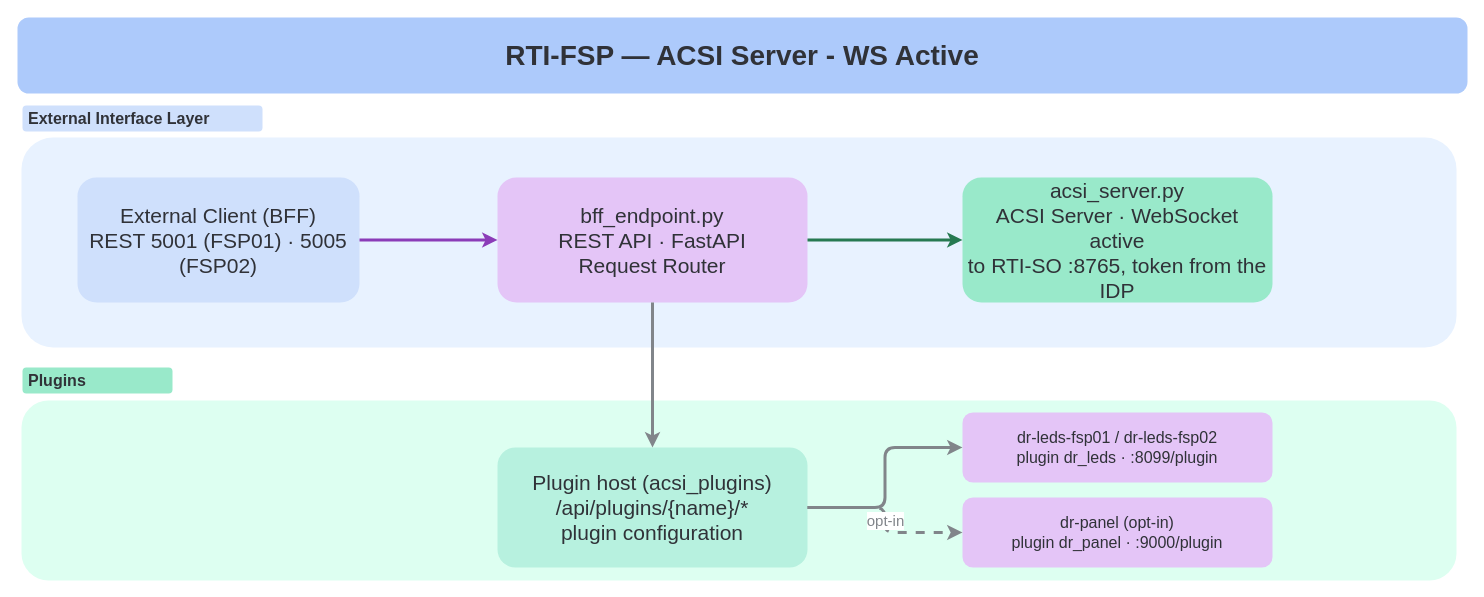
Above: page "03 RTI-FSP ACSI Active" (4 of 7) of docs/rti-demo/design/RTI-demo-system-architecture.drawio in Netbeheer-Nederland/iec61850-websocket (draw.io), before the change. Source tidied: cells renumbered, new cells numbered last; positions are measured from the earlier drawing's top-left corner, leaving out a move shared by most shapes. Both pictures are drawn from the tidied source at 100%, with x=0, y=0 at pixel (17, 17).
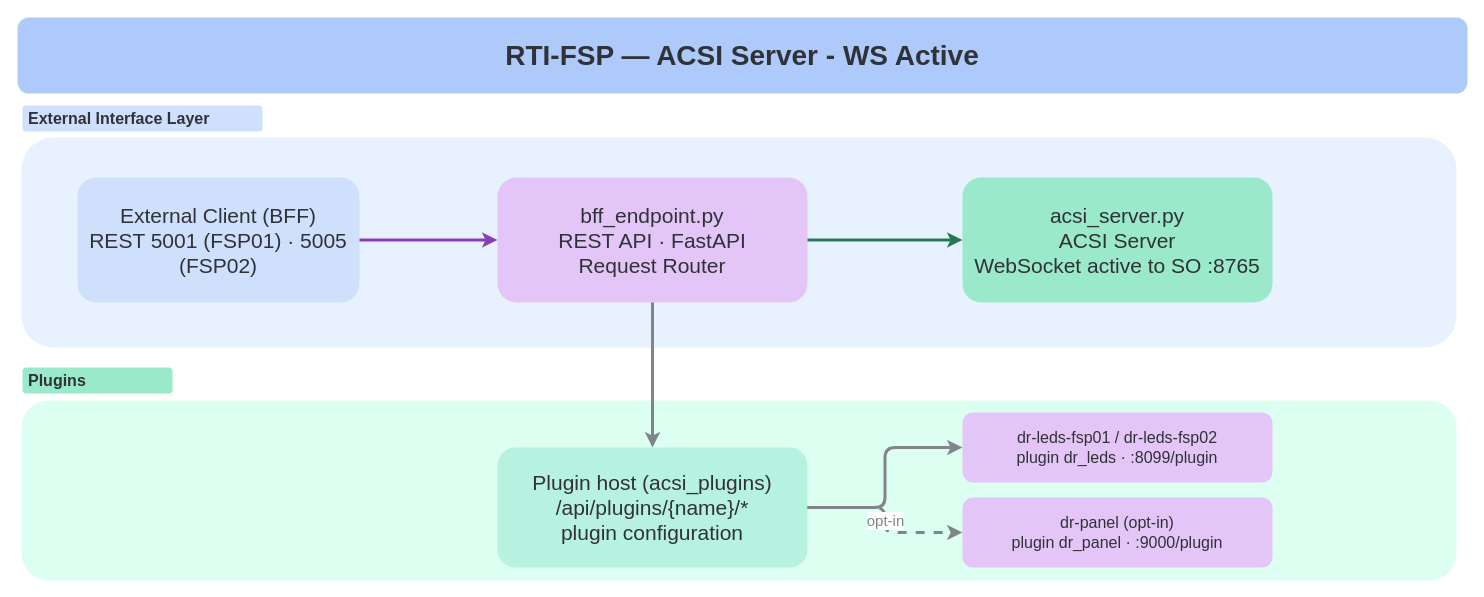
Above is the later version.

Change to the diagram source:
```diff
@@
 <mxGraphModel>
   <root>
     <mxCell id="0" />
     <mxCell id="1" parent="0" />
     <mxCell id="2" value="RTI-FSP — ACSI Server - WS Active" style="rounded=1;whiteSpace=wrap;html=1;fillColor=#adcafb;strokeColor=none;fontColor=#303238;fontSize=28;fontStyle=1;align=center;verticalAlign=middle;spacing=6;opacity=100;" parent="1" vertex="1">
       <mxGeometry width="1450" height="76" as="geometry" />
     </mxCell>
     <mxCell id="3" value="External Interface Layer" style="rounded=1;whiteSpace=wrap;html=1;fillColor=#cfe0fc;strokeColor=none;fontColor=#303238;fontSize=16;fontStyle=1;align=left;verticalAlign=middle;spacing=6;opacity=100;" parent="1" vertex="1">
       <mxGeometry x="5" y="88" width="240" height="26" as="geometry" />
     </mxCell>
     <mxCell id="4" style="rounded=1;whiteSpace=wrap;html=1;fillColor=#e8f2ff;strokeColor=none;fontColor=#303238;fontSize=18;fontStyle=0;align=center;verticalAlign=middle;spacing=6;opacity=100;" parent="1" vertex="1">
       <mxGeometry x="4" y="120" width="1435" height="210" as="geometry" />
     </mxCell>
     <mxCell id="5" value="Plugins" style="rounded=1;whiteSpace=wrap;html=1;fillColor=#99e9ca;strokeColor=none;fontColor=#303238;fontSize=16;fontStyle=1;align=left;verticalAlign=middle;spacing=6;opacity=100;" parent="1" vertex="1">
       <mxGeometry x="5" y="350" width="150" height="26" as="geometry" />
     </mxCell>
     <mxCell id="6" style="rounded=1;whiteSpace=wrap;html=1;fillColor=#ddfff1;strokeColor=none;fontColor=#303238;fontSize=18;fontStyle=0;align=center;verticalAlign=middle;spacing=6;opacity=100;" parent="1" vertex="1">
       <mxGeometry x="4" y="383" width="1435" height="180" as="geometry" />
     </mxCell>
     <mxCell id="7" value="External Client (BFF)&lt;br&gt;REST 5001 (FSP01) · 5005 (FSP02)" style="rounded=1;whiteSpace=wrap;html=1;fillColor=#cfe0fc;strokeColor=none;fontColor=#303238;fontSize=21;fontStyle=0;align=center;verticalAlign=middle;spacing=6;opacity=100;" parent="1" vertex="1">
       <mxGeometry x="60" y="160" width="282" height="125" as="geometry" />
     </mxCell>
     <mxCell id="8" value="bff_endpoint.py&lt;br&gt;REST API · FastAPI&lt;br&gt;Request Router" style="rounded=1;whiteSpace=wrap;html=1;fillColor=#e4c5f7;strokeColor=none;fontColor=#303238;fontSize=21;fontStyle=0;align=center;verticalAlign=middle;spacing=6;opacity=100;" parent="1" vertex="1">
       <mxGeometry x="480" y="160" width="310" height="125" as="geometry" />
     </mxCell>
-    <mxCell id="9" value="acsi_server.py&lt;br&gt;ACSI Server · WebSocket active&lt;br&gt;to RTI-SO :8765, token from the IDP" style="rounded=1;whiteSpace=wrap;html=1;fillColor=#99e9ca;strokeColor=none;fontColor=#303238;fontSize=21;fontStyle=0;align=center;verticalAlign=middle;spacing=6;opacity=100;" parent="1" vertex="1">
+    <mxCell id="9" value="acsi_server.py&lt;br&gt;ACSI Server&lt;br&gt;WebSocket active to SO :8765" style="rounded=1;whiteSpace=wrap;html=1;fillColor=#99e9ca;strokeColor=none;fontColor=#303238;fontSize=21;fontStyle=0;align=center;verticalAlign=middle;spacing=6;opacity=100;" parent="1" vertex="1">
       <mxGeometry x="945" y="160" width="310" height="125" as="geometry" />
     </mxCell>
     <mxCell id="10" value="Plugin host (acsi_plugins)&lt;br&gt;/api/plugins/{name}/*&lt;br&gt;plugin configuration" style="rounded=1;whiteSpace=wrap;html=1;fillColor=#b7f1df;strokeColor=none;fontColor=#303238;fontSize=21;fontStyle=0;align=center;verticalAlign=middle;spacing=6;opacity=100;" parent="1" vertex="1">
       <mxGeometry x="480" y="430" width="310" height="120" as="geometry" />
     </mxCell>
     <mxCell id="11" style="edgeStyle=orthogonalEdgeStyle;rounded=1;jettySize=auto;html=1;strokeWidth=3;strokeColor=#8b3cb8;endArrow=classic;endFill=1;fontSize=15;fontColor=#8b3cb8;labelBackgroundColor=#ffffff;dashed=0;" parent="1" edge="1" source="7" target="8">
       <mxGeometry relative="1" as="geometry" />
     </mxCell>
     <mxCell id="12" style="edgeStyle=orthogonalEdgeStyle;rounded=1;jettySize=auto;html=1;strokeWidth=3;strokeColor=#267951;endArrow=classic;endFill=1;fontSize=15;fontColor=#267951;labelBackgroundColor=#ffffff;dashed=0;" parent="1" edge="1" source="8" target="9">
       <mxGeometry relative="1" as="geometry" />
     </mxCell>
     <mxCell id="13" style="edgeStyle=orthogonalEdgeStyle;rounded=1;jettySize=auto;html=1;strokeWidth=3;strokeColor=#81858a;endArrow=classic;endFill=1;fontSize=15;fontColor=#81858a;labelBackgroundColor=#ffffff;dashed=0;" parent="1" edge="1" source="8" target="10">
       <mxGeometry relative="1" as="geometry" />
     </mxCell>
     <mxCell id="14" value="dr-leds-fsp01 / dr-leds-fsp02&lt;br&gt;plugin dr_leds · :8099/plugin" style="rounded=1;whiteSpace=wrap;html=1;fillColor=#e4c5f7;strokeColor=none;fontColor=#303238;fontSize=16;fontStyle=0;align=center;verticalAlign=middle;spacing=6;opacity=100;" parent="1" vertex="1">
       <mxGeometry x="945" y="395" width="310" height="70" as="geometry" />
     </mxCell>
     <mxCell id="15" value="dr-panel (opt-in)&lt;br&gt;plugin dr_panel · :9000/plugin" style="rounded=1;whiteSpace=wrap;html=1;fillColor=#e4c5f7;strokeColor=none;fontColor=#303238;fontSize=16;fontStyle=0;align=center;verticalAlign=middle;spacing=6;opacity=100;" parent="1" vertex="1">
       <mxGeometry x="945" y="480" width="310" height="70" as="geometry" />
     </mxCell>
     <mxCell id="16" style="edgeStyle=orthogonalEdgeStyle;rounded=1;jettySize=auto;html=1;strokeWidth=3;strokeColor=#81858a;endArrow=classic;endFill=1;fontSize=15;fontColor=#81858a;labelBackgroundColor=#ffffff;dashed=0;" parent="1" edge="1" source="10" target="14">
       <mxGeometry relative="1" as="geometry" />
     </mxCell>
     <mxCell id="17" value="opt-in" style="edgeStyle=orthogonalEdgeStyle;rounded=1;jettySize=auto;html=1;strokeWidth=3;strokeColor=#81858a;endArrow=classic;endFill=1;fontSize=15;fontColor=#81858a;labelBackgroundColor=#ffffff;dashed=1;" parent="1" edge="1" source="10" target="15">
       <mxGeometry relative="1" as="geometry" />
     </mxCell>
   </root>
 </mxGraphModel>
```
